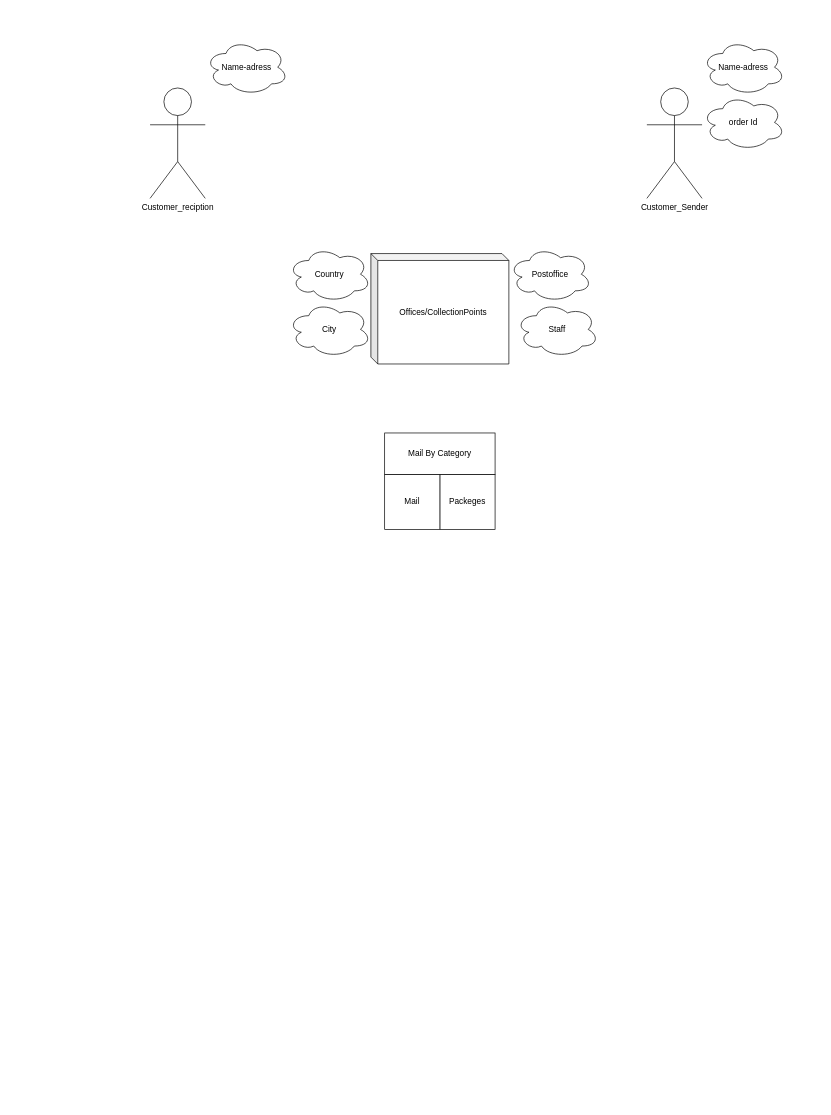
The draw.io diagram page "Page-1" (1 of 4) of Untitled Diagram.drawio in LeDaniii/CFLMS-Matzer-Codereview-09, before the edit. Source tidied: cells renumbered, new cells numbered last; positions are measured from the earlier drawing's top-left corner, leaving out a move shared by most shapes. Both pictures are drawn from the tidied source at 69%, with x=0, y=0 at pixel (150, 39).
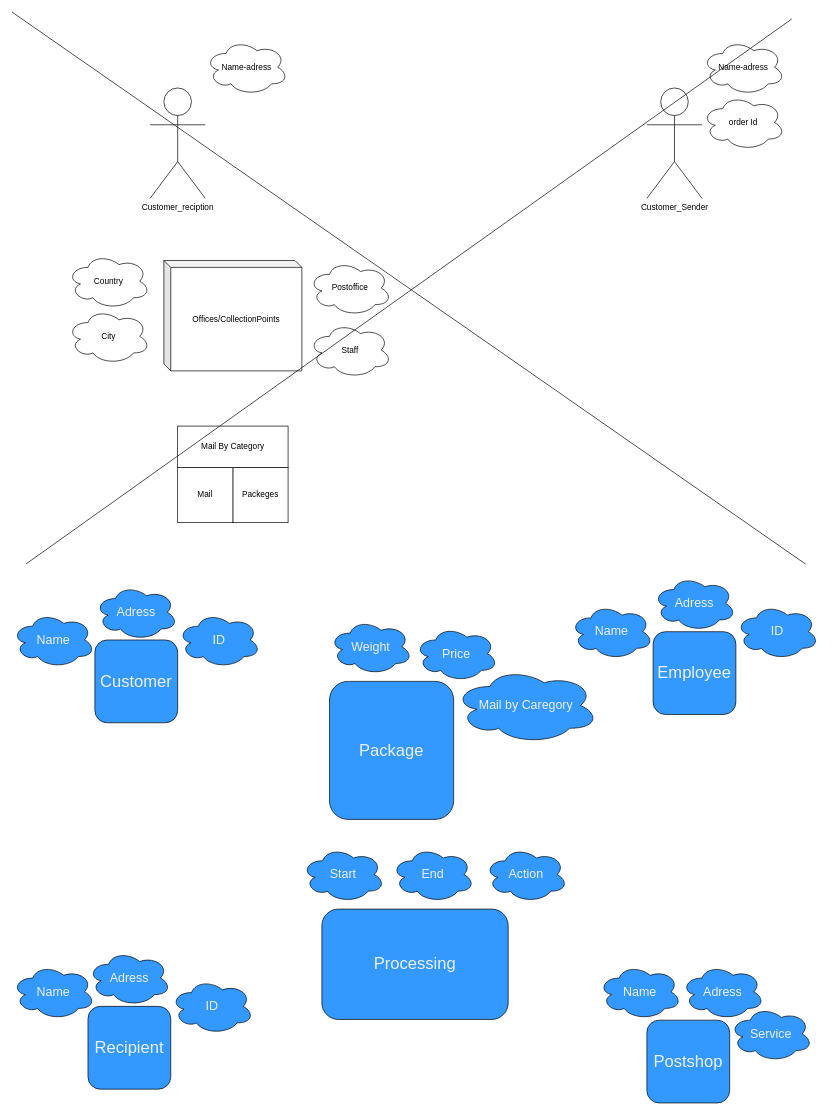
The same page after the edit.

Diff of the diagram source:
```diff
@@
     <mxCell id="3" value="Packeges" style="whiteSpace=wrap;html=1;" parent="1" vertex="1">
-      <mxGeometry x="420" y="630" width="80" height="80" as="geometry" />
+      <mxGeometry x="120" y="620" width="80" height="80" as="geometry" />
     </mxCell>
     <mxCell id="4" value="Mail" style="whiteSpace=wrap;html=1;" parent="1" vertex="1">
-      <mxGeometry x="340" y="630" width="80" height="80" as="geometry" />
+      <mxGeometry x="40" y="620" width="80" height="80" as="geometry" />
     </mxCell>
@@
     <mxCell id="6" value="Offices/CollectionPoints" style="shape=cube;whiteSpace=wrap;html=1;boundedLbl=1;backgroundOutline=1;darkOpacity=0.05;darkOpacity2=0.1;size=10;" parent="1" vertex="1">
-      <mxGeometry x="320" y="310" width="200" height="160" as="geometry" />
+      <mxGeometry x="20" y="320" width="200" height="160" as="geometry" />
     </mxCell>
     <mxCell id="7" value="Country" style="ellipse;shape=cloud;whiteSpace=wrap;html=1;" parent="1" vertex="1">
-      <mxGeometry x="200" y="300" width="120" height="80" as="geometry" />
+      <mxGeometry x="-120" y="310" width="120" height="80" as="geometry" />
     </mxCell>
     <mxCell id="8" value="City" style="ellipse;shape=cloud;whiteSpace=wrap;html=1;" parent="1" vertex="1">
-      <mxGeometry x="200" y="380" width="120" height="80" as="geometry" />
+      <mxGeometry x="-120" y="390" width="120" height="80" as="geometry" />
     </mxCell>
     <mxCell id="9" value="Postoffice" style="ellipse;shape=cloud;whiteSpace=wrap;html=1;" parent="1" vertex="1">
-      <mxGeometry x="520" y="300" width="120" height="80" as="geometry" />
+      <mxGeometry x="230" y="320" width="120" height="80" as="geometry" />
     </mxCell>
@@
     <mxCell id="13" value="Mail By Category" style="rounded=0;whiteSpace=wrap;html=1;" parent="1" vertex="1">
-      <mxGeometry x="340" y="570" width="160" height="60" as="geometry" />
+      <mxGeometry x="40" y="560" width="160" height="60" as="geometry" />
     </mxCell>
     <mxCell id="14" value="Staff " style="ellipse;shape=cloud;whiteSpace=wrap;html=1;" parent="1" vertex="1">
-      <mxGeometry x="530" y="380" width="120" height="80" as="geometry" />
+      <mxGeometry x="230" y="410" width="120" height="80" as="geometry" />
     </mxCell>
+    <mxCell id="15" style="endArrow=none;html=1;fontColor=#f0f0f0;" parent="1" edge="1">
+      <mxGeometry relative="1" as="geometry">
+        <mxPoint x="950" y="760" as="sourcePoint" />
+        <mxPoint x="-200" y="-40" as="targetPoint" />
+      </mxGeometry>
+    </mxCell>
+    <mxCell id="16" style="endArrow=none;html=1;fontColor=#f0f0f0;" parent="1" edge="1">
+      <mxGeometry relative="1" as="geometry">
+        <mxPoint x="-180" y="760" as="sourcePoint" />
+        <mxPoint x="930" y="-30" as="targetPoint" />
+      </mxGeometry>
+    </mxCell>
+    <mxCell id="17" value="&lt;font style=&quot;font-size: 24px&quot;&gt;Customer&lt;/font&gt;" style="rounded=1;whiteSpace=wrap;html=1;fillColor=#3399FF;fontColor=#f0f0f0;" parent="1" vertex="1">
+      <mxGeometry x="-80" y="870" width="120" height="120" as="geometry" />
+    </mxCell>
+    <mxCell id="18" value="&lt;font style=&quot;font-size: 24px&quot;&gt;Recipient&lt;/font&gt;" style="rounded=1;whiteSpace=wrap;html=1;fillColor=#3399FF;fontColor=#f0f0f0;" parent="1" vertex="1">
+      <mxGeometry x="-90" y="1401" width="120" height="120" as="geometry" />
+    </mxCell>
+    <mxCell id="19" value="&lt;font style=&quot;font-size: 18px&quot;&gt;Name&lt;/font&gt;" style="ellipse;shape=cloud;whiteSpace=wrap;html=1;fillColor=#3399FF;fontColor=#f0f0f0;" parent="1" vertex="1">
+      <mxGeometry x="-200" y="830" width="120" height="80" as="geometry" />
+    </mxCell>
+    <mxCell id="20" value="&lt;font style=&quot;font-size: 18px&quot;&gt;Adress&lt;/font&gt;" style="ellipse;shape=cloud;whiteSpace=wrap;html=1;fillColor=#3399FF;fontColor=#f0f0f0;" parent="1" vertex="1">
+      <mxGeometry x="-80" y="790" width="120" height="80" as="geometry" />
+    </mxCell>
+    <mxCell id="21" value="&lt;font style=&quot;font-size: 18px&quot;&gt;ID&lt;/font&gt;" style="ellipse;shape=cloud;whiteSpace=wrap;html=1;fillColor=#3399FF;fontColor=#f0f0f0;" parent="1" vertex="1">
+      <mxGeometry x="40" y="830" width="120" height="80" as="geometry" />
+    </mxCell>
+    <mxCell id="22" value="&lt;font style=&quot;font-size: 18px&quot;&gt;Name&lt;/font&gt;" style="ellipse;shape=cloud;whiteSpace=wrap;html=1;fillColor=#3399FF;fontColor=#f0f0f0;" parent="1" vertex="1">
+      <mxGeometry x="-200" y="1340" width="120" height="80" as="geometry" />
+    </mxCell>
+    <mxCell id="23" value="&lt;font style=&quot;font-size: 18px&quot;&gt;Adress&lt;/font&gt;" style="ellipse;shape=cloud;whiteSpace=wrap;html=1;fillColor=#3399FF;fontColor=#f0f0f0;" parent="1" vertex="1">
+      <mxGeometry x="-90" y="1320" width="120" height="80" as="geometry" />
+    </mxCell>
+    <mxCell id="24" value="&lt;font style=&quot;font-size: 18px&quot;&gt;ID&lt;/font&gt;" style="ellipse;shape=cloud;whiteSpace=wrap;html=1;fillColor=#3399FF;fontColor=#f0f0f0;" parent="1" vertex="1">
+      <mxGeometry x="30" y="1361" width="120" height="80" as="geometry" />
+    </mxCell>
+    <mxCell id="25" value="&lt;font style=&quot;font-size: 24px&quot;&gt;Package&lt;/font&gt;" style="rounded=1;whiteSpace=wrap;html=1;fillColor=#3399FF;fontColor=#f0f0f0;" parent="1" vertex="1">
+      <mxGeometry x="260" y="930" width="180" height="200" as="geometry" />
+    </mxCell>
+    <mxCell id="26" value="&lt;font style=&quot;font-size: 18px&quot;&gt;Weight&lt;/font&gt;" style="ellipse;shape=cloud;whiteSpace=wrap;html=1;fillColor=#3399FF;fontColor=#f0f0f0;" parent="1" vertex="1">
+      <mxGeometry x="260" y="840" width="120" height="80" as="geometry" />
+    </mxCell>
+    <mxCell id="27" value="&lt;font style=&quot;font-size: 18px&quot;&gt;Price&lt;/font&gt;" style="ellipse;shape=cloud;whiteSpace=wrap;html=1;fillColor=#3399FF;fontColor=#f0f0f0;" parent="1" vertex="1">
+      <mxGeometry x="384" y="850" width="120" height="80" as="geometry" />
+    </mxCell>
+    <mxCell id="28" value="&lt;font style=&quot;font-size: 18px&quot;&gt;Mail by Caregory&lt;/font&gt;" style="ellipse;shape=cloud;whiteSpace=wrap;html=1;fillColor=#3399FF;fontColor=#f0f0f0;" parent="1" vertex="1">
+      <mxGeometry x="440" y="910" width="210" height="110" as="geometry" />
+    </mxCell>
+    <mxCell id="29" value="&lt;font style=&quot;font-size: 24px&quot;&gt;Processing&lt;/font&gt;" style="rounded=1;whiteSpace=wrap;html=1;fillColor=#3399FF;fontColor=#f0f0f0;" parent="1" vertex="1">
+      <mxGeometry x="249" y="1260" width="270" height="160" as="geometry" />
+    </mxCell>
+    <mxCell id="30" value="&lt;font style=&quot;font-size: 24px&quot;&gt;Employee&lt;/font&gt;" style="rounded=1;whiteSpace=wrap;html=1;fillColor=#3399FF;fontColor=#f0f0f0;" parent="1" vertex="1">
+      <mxGeometry x="729" y="858" width="120" height="120" as="geometry" />
+    </mxCell>
+    <mxCell id="31" value="&lt;font style=&quot;font-size: 18px&quot;&gt;Name&lt;/font&gt;" style="ellipse;shape=cloud;whiteSpace=wrap;html=1;fillColor=#3399FF;fontColor=#f0f0f0;" parent="1" vertex="1">
+      <mxGeometry x="609" y="818" width="120" height="80" as="geometry" />
+    </mxCell>
+    <mxCell id="32" value="&lt;font style=&quot;font-size: 18px&quot;&gt;Adress&lt;/font&gt;" style="ellipse;shape=cloud;whiteSpace=wrap;html=1;fillColor=#3399FF;fontColor=#f0f0f0;" parent="1" vertex="1">
+      <mxGeometry x="729" y="777" width="120" height="80" as="geometry" />
+    </mxCell>
+    <mxCell id="33" value="&lt;font style=&quot;font-size: 18px&quot;&gt;ID&lt;/font&gt;" style="ellipse;shape=cloud;whiteSpace=wrap;html=1;fillColor=#3399FF;fontColor=#f0f0f0;" parent="1" vertex="1">
+      <mxGeometry x="849" y="818" width="120" height="80" as="geometry" />
+    </mxCell>
+    <mxCell id="34" value="&lt;font style=&quot;font-size: 24px&quot;&gt;Postshop&lt;/font&gt;" style="rounded=1;whiteSpace=wrap;html=1;fillColor=#3399FF;fontColor=#f0f0f0;" parent="1" vertex="1">
+      <mxGeometry x="720" y="1421" width="120" height="120" as="geometry" />
+    </mxCell>
+    <mxCell id="35" value="&lt;font style=&quot;font-size: 18px&quot;&gt;Name&lt;/font&gt;" style="ellipse;shape=cloud;whiteSpace=wrap;html=1;fillColor=#3399FF;fontColor=#f0f0f0;" parent="1" vertex="1">
+      <mxGeometry x="650" y="1340" width="120" height="80" as="geometry" />
+    </mxCell>
+    <mxCell id="36" value="&lt;font style=&quot;font-size: 18px&quot;&gt;Adress&lt;/font&gt;" style="ellipse;shape=cloud;whiteSpace=wrap;html=1;fillColor=#3399FF;fontColor=#f0f0f0;" parent="1" vertex="1">
+      <mxGeometry x="770" y="1340" width="120" height="80" as="geometry" />
+    </mxCell>
+    <mxCell id="37" value="&lt;font style=&quot;font-size: 18px&quot;&gt;Start&lt;/font&gt;" style="ellipse;shape=cloud;whiteSpace=wrap;html=1;fillColor=#3399FF;fontColor=#f0f0f0;" parent="1" vertex="1">
+      <mxGeometry x="220" y="1170" width="120" height="80" as="geometry" />
+    </mxCell>
+    <mxCell id="38" value="&lt;font style=&quot;font-size: 18px&quot;&gt;End&lt;/font&gt;" style="ellipse;shape=cloud;whiteSpace=wrap;html=1;fillColor=#3399FF;fontColor=#f0f0f0;" parent="1" vertex="1">
+      <mxGeometry x="350" y="1170" width="120" height="80" as="geometry" />
+    </mxCell>
+    <mxCell id="39" value="&lt;font style=&quot;font-size: 18px&quot;&gt;Action&lt;/font&gt;" style="ellipse;shape=cloud;whiteSpace=wrap;html=1;fillColor=#3399FF;fontColor=#f0f0f0;" parent="1" vertex="1">
+      <mxGeometry x="485" y="1170" width="120" height="80" as="geometry" />
+    </mxCell>
+    <mxCell id="40" value="&lt;font style=&quot;font-size: 18px&quot;&gt;Service&lt;/font&gt;" style="ellipse;shape=cloud;whiteSpace=wrap;html=1;fillColor=#3399FF;fontColor=#f0f0f0;" parent="1" vertex="1">
+      <mxGeometry x="840" y="1401" width="120" height="80" as="geometry" />
+    </mxCell>
```
